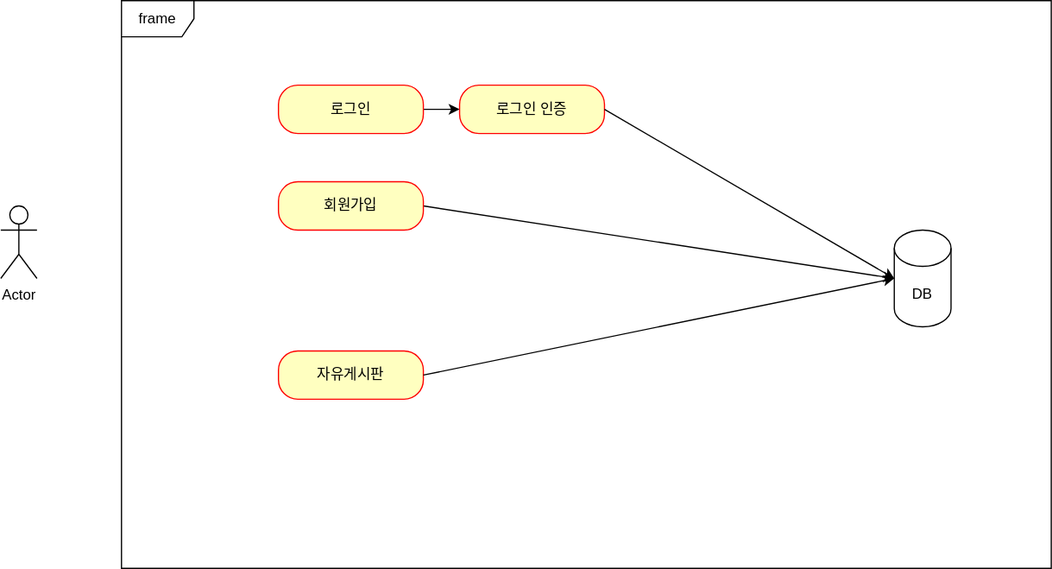
Before: usecase.svg, a diagram exported from draw.io (enviesm123/personal_project). Source tidied: cells renumbered, new cells last; positions are measured from the earlier drawing's top-left corner, leaving out a move shared by most shapes. Its diagram source:
```xml
<mxGraphModel>
  <root>
    <mxCell id="0" />
    <mxCell id="1" parent="0" />
    <mxCell id="2" value="frame" style="shape=umlFrame;whiteSpace=wrap;html=1;" parent="1" vertex="1">
      <mxGeometry x="100" width="770" height="470" as="geometry" />
    </mxCell>
    <mxCell id="3" value="Actor" style="shape=umlActor;verticalLabelPosition=bottom;verticalAlign=top;html=1;" parent="1" vertex="1">
      <mxGeometry y="170" width="30" height="60" as="geometry" />
    </mxCell>
    <mxCell id="4" style="edgeStyle=orthogonalEdgeStyle;rounded=0;jettySize=auto;html=1;exitX=1;exitY=0.5;exitDx=0;exitDy=0;entryX=0;entryY=0.5;entryDx=0;entryDy=0;" parent="1" edge="1" source="5" target="6">
      <mxGeometry relative="1" as="geometry" />
    </mxCell>
    <mxCell id="5" value="로그인" style="rounded=1;whiteSpace=wrap;html=1;arcSize=40;fontColor=#000000;fillColor=#ffffc0;strokeColor=#ff0000;" parent="1" vertex="1">
      <mxGeometry x="230" y="70" width="120" height="40" as="geometry" />
    </mxCell>
    <mxCell id="6" value="로그인 인증" style="rounded=1;whiteSpace=wrap;html=1;arcSize=40;fontColor=#000000;fillColor=#ffffc0;strokeColor=#ff0000;" parent="1" vertex="1">
      <mxGeometry x="380" y="70" width="120" height="40" as="geometry" />
    </mxCell>
    <mxCell id="7" style="rounded=0;jettySize=auto;html=1;exitX=1;exitY=0.5;exitDx=0;exitDy=0;" parent="1" edge="1" source="8">
      <mxGeometry relative="1" as="geometry">
        <mxPoint x="740" y="230" as="targetPoint" />
      </mxGeometry>
    </mxCell>
    <mxCell id="8" value="회원가입" style="rounded=1;whiteSpace=wrap;html=1;arcSize=40;fontColor=#000000;fillColor=#ffffc0;strokeColor=#ff0000;" parent="1" vertex="1">
      <mxGeometry x="230" y="150" width="120" height="40" as="geometry" />
    </mxCell>
    <mxCell id="9" value="자유게시판" style="rounded=1;whiteSpace=wrap;html=1;arcSize=40;fontColor=#000000;fillColor=#ffffc0;strokeColor=#ff0000;" parent="1" vertex="1">
      <mxGeometry x="230" y="290" width="120" height="40" as="geometry" />
    </mxCell>
    <mxCell id="10" value="DB" style="shape=cylinder3;whiteSpace=wrap;html=1;boundedLbl=1;backgroundOutline=1;size=15;" parent="1" vertex="1">
      <mxGeometry x="740" y="190" width="47" height="80" as="geometry" />
    </mxCell>
    <mxCell id="11" style="rounded=0;jettySize=auto;html=1;exitX=1;exitY=0.5;exitDx=0;exitDy=0;entryX=0;entryY=0.5;entryDx=0;entryDy=0;entryPerimeter=0;" parent="1" edge="1" source="9" target="10">
      <mxGeometry relative="1" as="geometry" />
    </mxCell>
    <mxCell id="12" style="rounded=0;jettySize=auto;html=1;exitX=1;exitY=0.5;exitDx=0;exitDy=0;entryX=0;entryY=0.5;entryDx=0;entryDy=0;entryPerimeter=0;" parent="1" edge="1" source="6" target="10">
      <mxGeometry relative="1" as="geometry" />
    </mxCell>
  </root>
</mxGraphModel>
```
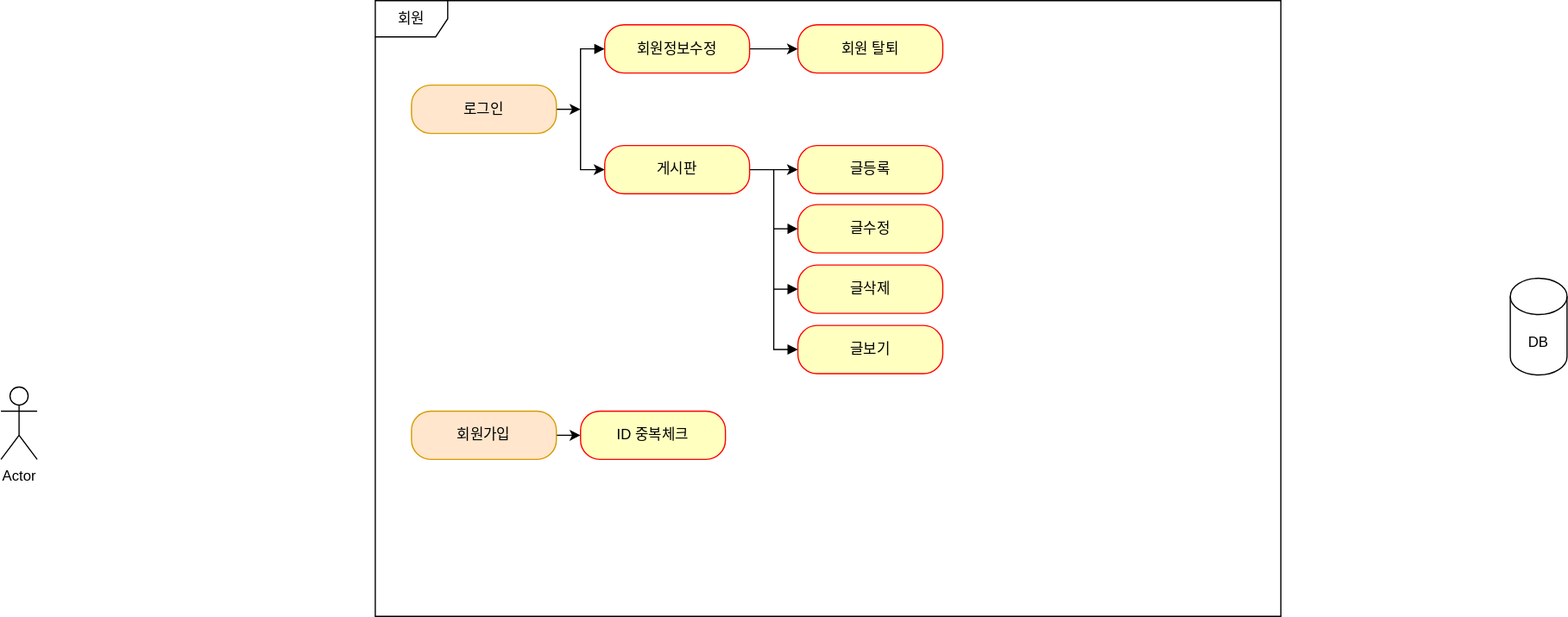
Later version of the same file.

What changed in the source:
```diff
@@ -2,40 +2,76 @@
   <root>
     <mxCell id="0" />
     <mxCell id="1" parent="0" />
-    <mxCell id="2" value="frame" style="shape=umlFrame;whiteSpace=wrap;html=1;" parent="1" vertex="1">
-      <mxGeometry x="100" width="770" height="470" as="geometry" />
+    <mxCell id="2" value="회원" style="shape=umlFrame;whiteSpace=wrap;html=1;" parent="1" vertex="1">
+      <mxGeometry x="310" y="-150" width="750" height="510" as="geometry" />
     </mxCell>
     <mxCell id="3" value="Actor" style="shape=umlActor;verticalLabelPosition=bottom;verticalAlign=top;html=1;" parent="1" vertex="1">
       <mxGeometry y="170" width="30" height="60" as="geometry" />
     </mxCell>
-    <mxCell id="4" style="edgeStyle=orthogonalEdgeStyle;rounded=0;jettySize=auto;html=1;exitX=1;exitY=0.5;exitDx=0;exitDy=0;entryX=0;entryY=0.5;entryDx=0;entryDy=0;" parent="1" edge="1" source="5" target="6">
+    <mxCell id="4" style="edgeStyle=orthogonalEdgeStyle;rounded=0;jettySize=auto;html=1;exitX=0;exitY=0.5;exitDx=0;exitDy=0;entryX=0;entryY=0.5;entryDx=0;entryDy=0;startArrow=block;startFill=1;" parent="1" edge="1" source="17" target="9">
       <mxGeometry relative="1" as="geometry" />
     </mxCell>
+    <mxCell id="13" style="edgeStyle=orthogonalEdgeStyle;rounded=0;jettySize=auto;html=1;exitX=1;exitY=0.5;exitDx=0;exitDy=0;" parent="1" edge="1" source="5">
+      <mxGeometry relative="1" as="geometry">
+        <mxPoint x="480" y="-60" as="targetPoint" />
+      </mxGeometry>
+    </mxCell>
-    <mxCell id="5" value="로그인" style="rounded=1;whiteSpace=wrap;html=1;arcSize=40;fontColor=#000000;fillColor=#ffffc0;strokeColor=#ff0000;" parent="1" vertex="1">
-      <mxGeometry x="230" y="70" width="120" height="40" as="geometry" />
+    <mxCell id="5" value="로그인" style="rounded=1;whiteSpace=wrap;html=1;arcSize=40;fillColor=#ffe6cc;strokeColor=#d79b00;" parent="1" vertex="1">
+      <mxGeometry x="340" y="-80" width="120" height="40" as="geometry" />
     </mxCell>
-    <mxCell id="6" value="로그인 인증" style="rounded=1;whiteSpace=wrap;html=1;arcSize=40;fontColor=#000000;fillColor=#ffffc0;strokeColor=#ff0000;" parent="1" vertex="1">
-      <mxGeometry x="380" y="70" width="120" height="40" as="geometry" />
-    </mxCell>
-    <mxCell id="7" style="rounded=0;jettySize=auto;html=1;exitX=1;exitY=0.5;exitDx=0;exitDy=0;" parent="1" edge="1" source="8">
-      <mxGeometry relative="1" as="geometry">
-        <mxPoint x="740" y="230" as="targetPoint" />
-      </mxGeometry>
-    </mxCell>
+    <mxCell id="14" style="edgeStyle=orthogonalEdgeStyle;rounded=0;jettySize=auto;html=1;exitX=1;exitY=0.5;exitDx=0;exitDy=0;entryX=0;entryY=0.5;entryDx=0;entryDy=0;" parent="1" edge="1" source="8" target="26">
+      <mxGeometry relative="1" as="geometry" />
+    </mxCell>
-    <mxCell id="8" value="회원가입" style="rounded=1;whiteSpace=wrap;html=1;arcSize=40;fontColor=#000000;fillColor=#ffffc0;strokeColor=#ff0000;" parent="1" vertex="1">
-      <mxGeometry x="230" y="150" width="120" height="40" as="geometry" />
+    <mxCell id="8" value="회원가입" style="rounded=1;whiteSpace=wrap;html=1;arcSize=40;fillColor=#ffe6cc;strokeColor=#d79b00;" parent="1" vertex="1">
+      <mxGeometry x="340" y="190" width="120" height="40" as="geometry" />
     </mxCell>
+    <mxCell id="15" style="edgeStyle=orthogonalEdgeStyle;rounded=0;jettySize=auto;html=1;exitX=1;exitY=0.5;exitDx=0;exitDy=0;" parent="1" edge="1" source="9" target="20">
+      <mxGeometry relative="1" as="geometry" />
+    </mxCell>
-    <mxCell id="9" value="자유게시판" style="rounded=1;whiteSpace=wrap;html=1;arcSize=40;fontColor=#000000;fillColor=#ffffc0;strokeColor=#ff0000;" parent="1" vertex="1">
-      <mxGeometry x="230" y="290" width="120" height="40" as="geometry" />
+    <mxCell id="9" value="게시판" style="rounded=1;whiteSpace=wrap;html=1;arcSize=40;fontColor=#000000;fillColor=#ffffc0;strokeColor=#ff0000;" parent="1" vertex="1">
+      <mxGeometry x="500" y="-30" width="120" height="40" as="geometry" />
     </mxCell>
     <mxCell id="10" value="DB" style="shape=cylinder3;whiteSpace=wrap;html=1;boundedLbl=1;backgroundOutline=1;size=15;" parent="1" vertex="1">
-      <mxGeometry x="740" y="190" width="47" height="80" as="geometry" />
+      <mxGeometry x="1250" y="80" width="47" height="80" as="geometry" />
     </mxCell>
-    <mxCell id="11" style="rounded=0;jettySize=auto;html=1;exitX=1;exitY=0.5;exitDx=0;exitDy=0;entryX=0;entryY=0.5;entryDx=0;entryDy=0;entryPerimeter=0;" parent="1" edge="1" source="9" target="10">
-      <mxGeometry relative="1" as="geometry" />
-    </mxCell>
-    <mxCell id="12" style="rounded=0;jettySize=auto;html=1;exitX=1;exitY=0.5;exitDx=0;exitDy=0;entryX=0;entryY=0.5;entryDx=0;entryDy=0;entryPerimeter=0;" parent="1" edge="1" source="6" target="10">
-      <mxGeometry relative="1" as="geometry" />
-    </mxCell>
+    <mxCell id="16" style="edgeStyle=orthogonalEdgeStyle;rounded=0;jettySize=auto;html=1;exitX=1;exitY=0.5;exitDx=0;exitDy=0;entryX=0;entryY=0.5;entryDx=0;entryDy=0;" parent="1" edge="1" source="17" target="25">
+      <mxGeometry relative="1" as="geometry" />
+    </mxCell>
+    <mxCell id="17" value="회원정보수정" style="rounded=1;whiteSpace=wrap;html=1;arcSize=40;fontColor=#000000;fillColor=#ffffc0;strokeColor=#ff0000;" parent="1" vertex="1">
+      <mxGeometry x="500" y="-130" width="120" height="40" as="geometry" />
+    </mxCell>
+    <mxCell id="18" style="edgeStyle=orthogonalEdgeStyle;rounded=0;jettySize=auto;html=1;exitX=0;exitY=0.5;exitDx=0;exitDy=0;endArrow=none;endFill=0;startArrow=block;startFill=1;" parent="1" edge="1" source="19">
+      <mxGeometry relative="1" as="geometry">
+        <mxPoint x="640" y="39" as="targetPoint" />
+      </mxGeometry>
+    </mxCell>
+    <mxCell id="19" value="글수정" style="rounded=1;whiteSpace=wrap;html=1;arcSize=40;fontColor=#000000;fillColor=#ffffc0;strokeColor=#ff0000;" parent="1" vertex="1">
+      <mxGeometry x="660" y="19" width="120" height="40" as="geometry" />
+    </mxCell>
+    <mxCell id="20" value="글등록" style="rounded=1;whiteSpace=wrap;html=1;arcSize=40;fontColor=#000000;fillColor=#ffffc0;strokeColor=#ff0000;" parent="1" vertex="1">
+      <mxGeometry x="660" y="-30" width="120" height="40" as="geometry" />
+    </mxCell>
+    <mxCell id="21" style="edgeStyle=orthogonalEdgeStyle;rounded=0;jettySize=auto;html=1;exitX=0;exitY=0.5;exitDx=0;exitDy=0;endArrow=none;endFill=0;startArrow=block;startFill=1;" parent="1" edge="1" source="22">
+      <mxGeometry relative="1" as="geometry">
+        <mxPoint x="640" y="89" as="targetPoint" />
+      </mxGeometry>
+    </mxCell>
+    <mxCell id="22" value="글삭제" style="rounded=1;whiteSpace=wrap;html=1;arcSize=40;fontColor=#000000;fillColor=#ffffc0;strokeColor=#ff0000;" parent="1" vertex="1">
+      <mxGeometry x="660" y="69" width="120" height="40" as="geometry" />
+    </mxCell>
+    <mxCell id="23" style="edgeStyle=orthogonalEdgeStyle;rounded=0;jettySize=auto;html=1;exitX=0;exitY=0.5;exitDx=0;exitDy=0;endArrow=none;endFill=0;startArrow=block;startFill=1;" parent="1" edge="1" source="24">
+      <mxGeometry relative="1" as="geometry">
+        <mxPoint x="640" y="-10" as="targetPoint" />
+      </mxGeometry>
+    </mxCell>
+    <mxCell id="24" value="글보기" style="rounded=1;whiteSpace=wrap;html=1;arcSize=40;fontColor=#000000;fillColor=#ffffc0;strokeColor=#ff0000;" parent="1" vertex="1">
+      <mxGeometry x="660" y="119" width="120" height="40" as="geometry" />
+    </mxCell>
+    <mxCell id="25" value="회원 탈퇴" style="rounded=1;whiteSpace=wrap;html=1;arcSize=40;fontColor=#000000;fillColor=#ffffc0;strokeColor=#ff0000;" parent="1" vertex="1">
+      <mxGeometry x="660" y="-130" width="120" height="40" as="geometry" />
+    </mxCell>
+    <mxCell id="26" value="ID 중복체크" style="rounded=1;whiteSpace=wrap;html=1;arcSize=40;fontColor=#000000;fillColor=#ffffc0;strokeColor=#ff0000;" parent="1" vertex="1">
+      <mxGeometry x="480" y="190" width="120" height="40" as="geometry" />
+    </mxCell>
   </root>
 </mxGraphModel>
```
